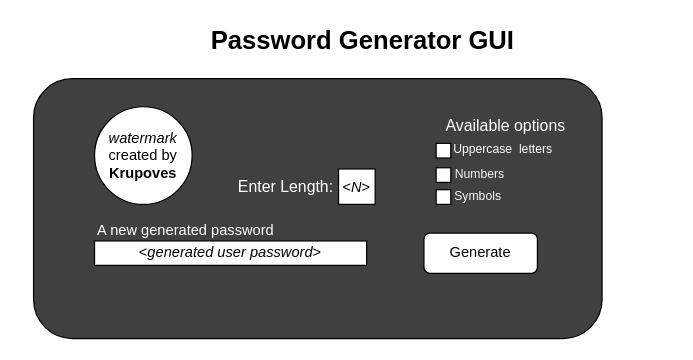
Before: page "GUI" (3 of 3) of Password Generator.drawio in AndzejK/passGenerator, a draw.io diagram. Source tidied: cells renumbered, new cells numbered last; positions are measured from the earlier drawing's top-left corner, leaving out a move shared by most shapes. Both pictures are drawn from the tidied source at 122%, with x=0, y=0 at pixel (21, 21).
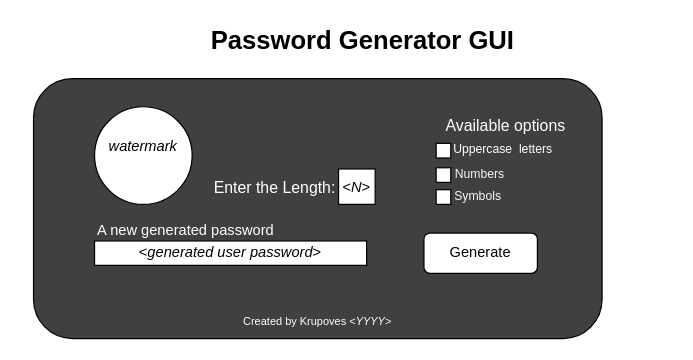
The same diagram, later.

Change to the diagram source:
```diff
@@
 <mxGraphModel>
   <root>
     <mxCell id="0" />
     <mxCell id="1" parent="0" />
     <mxCell id="2" style="rounded=1;whiteSpace=wrap;html=1;fillColor=#404040;" parent="1" vertex="1">
       <mxGeometry x="10" y="47" width="466" height="213" as="geometry" />
     </mxCell>
     <mxCell id="3" value="&lt;font style=&quot;font-size: 21px;&quot;&gt;&lt;b&gt;Password Generator GUI&lt;/b&gt;&lt;/font&gt;" style="text;html=1;align=center;verticalAlign=middle;whiteSpace=wrap;rounded=0;" parent="1" vertex="1">
       <mxGeometry x="130" width="300" height="30" as="geometry" />
     </mxCell>
     <mxCell id="4" value="&amp;lt;&lt;i&gt;generated user password&lt;/i&gt;&amp;gt;" style="rounded=0;whiteSpace=wrap;html=1;" parent="1" vertex="1">
       <mxGeometry x="60" y="180" width="223" height="20" as="geometry" />
     </mxCell>
     <mxCell id="5" value="&lt;font color=&quot;#ffffff&quot;&gt;A new generated password&lt;/font&gt;" style="text;html=1;align=center;verticalAlign=middle;whiteSpace=wrap;rounded=0;" parent="1" vertex="1">
       <mxGeometry y="157" width="270" height="30" as="geometry" />
     </mxCell>
     <mxCell id="6" value="&lt;font style=&quot;font-size: 13px;&quot; color=&quot;#ffffff&quot;&gt;Available&lt;span style=&quot;caret-color: rgb(255, 255, 255);&quot;&gt;&amp;nbsp;options&amp;nbsp;&lt;/span&gt;&lt;/font&gt;" style="text;html=1;align=center;verticalAlign=middle;whiteSpace=wrap;rounded=0;" parent="1" vertex="1">
       <mxGeometry x="264" y="70" width="270" height="30" as="geometry" />
     </mxCell>
     <mxCell id="7" style="whiteSpace=wrap;html=1;" parent="1" vertex="1">
       <mxGeometry x="340" y="100" width="12" height="12" as="geometry" />
     </mxCell>
     <mxCell id="8" style="whiteSpace=wrap;html=1;" parent="1" vertex="1">
       <mxGeometry x="340" y="120" width="12" height="12" as="geometry" />
     </mxCell>
     <mxCell id="9" style="whiteSpace=wrap;html=1;" parent="1" vertex="1">
       <mxGeometry x="340" y="138" width="12" height="12" as="geometry" />
     </mxCell>
     <mxCell id="10" value="&lt;font color=&quot;#ffffff&quot; style=&quot;font-size: 10px;&quot;&gt;Uppercase &amp;nbsp;letters&lt;/font&gt;" style="text;html=1;align=center;verticalAlign=middle;whiteSpace=wrap;rounded=0;" parent="1" vertex="1">
       <mxGeometry x="330" y="89" width="130" height="30" as="geometry" />
     </mxCell>
     <mxCell id="11" value="&lt;font color=&quot;#f5f5f5&quot; style=&quot;font-size: 10px;&quot;&gt;Numbers&lt;/font&gt;" style="text;html=1;align=center;verticalAlign=middle;whiteSpace=wrap;rounded=0;" parent="1" vertex="1">
       <mxGeometry x="326" y="110" width="100" height="30" as="geometry" />
     </mxCell>
     <mxCell id="12" value="&lt;font style=&quot;font-size: 10px;&quot; color=&quot;#fafafa&quot;&gt;Symbols&lt;/font&gt;" style="text;html=1;align=center;verticalAlign=middle;whiteSpace=wrap;rounded=0;" parent="1" vertex="1">
       <mxGeometry x="327" y="128" width="95" height="30" as="geometry" />
     </mxCell>
     <mxCell id="13" value="Generate" style="rounded=1;whiteSpace=wrap;html=1;" parent="1" vertex="1">
       <mxGeometry x="330" y="173.5" width="93" height="33" as="geometry" />
     </mxCell>
-    <mxCell id="14" value="&lt;i&gt;watermark&lt;/i&gt;&lt;br&gt;created by &lt;b&gt;Krupoves&lt;/b&gt;" style="ellipse;whiteSpace=wrap;html=1;" parent="1" vertex="1">
+    <mxCell id="14" value="&lt;i&gt;watermark&lt;/i&gt;&lt;div&gt;&lt;br/&gt;&lt;/div&gt;" style="ellipse;whiteSpace=wrap;html=1;" parent="1" vertex="1">
       <mxGeometry x="60" y="70" width="80" height="80" as="geometry" />
     </mxCell>
     <mxCell id="15" value="&amp;lt;&lt;i&gt;N&lt;/i&gt;&amp;gt;" style="rounded=0;whiteSpace=wrap;html=1;" parent="1" vertex="1">
       <mxGeometry x="260" y="121" width="30" height="29" as="geometry" />
     </mxCell>
-    <mxCell id="16" value="&lt;font size=&quot;2&quot; color=&quot;#ffffff&quot;&gt;&lt;span style=&quot;caret-color: rgb(255, 255, 255);&quot;&gt;Enter Length:&lt;/span&gt;&lt;/font&gt;" style="text;html=1;align=center;verticalAlign=middle;whiteSpace=wrap;rounded=0;" parent="1" vertex="1">
-      <mxGeometry x="82" y="120" width="270" height="30" as="geometry" />
+    <mxCell id="16" value="&lt;font size=&quot;2&quot; color=&quot;#ffffff&quot;&gt;&lt;span style=&quot;caret-color: rgb(255, 255, 255);&quot;&gt;Enter the Length:&lt;/span&gt;&lt;/font&gt;" style="text;html=1;align=center;verticalAlign=middle;whiteSpace=wrap;rounded=0;" parent="1" vertex="1">
+      <mxGeometry x="117" y="121" width="182" height="30" as="geometry" />
     </mxCell>
+    <mxCell id="17" value="&lt;font color=&quot;#ffffff&quot; style=&quot;font-size: 9px;&quot;&gt;Created by Krupoves &amp;lt;&lt;i&gt;YYYY&lt;/i&gt;&amp;gt;&lt;/font&gt;" style="text;html=1;align=center;verticalAlign=middle;whiteSpace=wrap;rounded=0;" parent="1" vertex="1">
+      <mxGeometry x="148" y="230" width="190" height="30" as="geometry" />
+    </mxCell>
   </root>
 </mxGraphModel>
```
